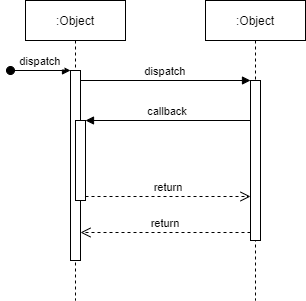
The draw.io diagram miaosha/Spring MVC模型.drawio.png in wsxzei/markdown-photos, before a commit. Source tidied: cells renumbered, new cells last; positions are measured from the earlier drawing's top-left corner, leaving out a move shared by most shapes.
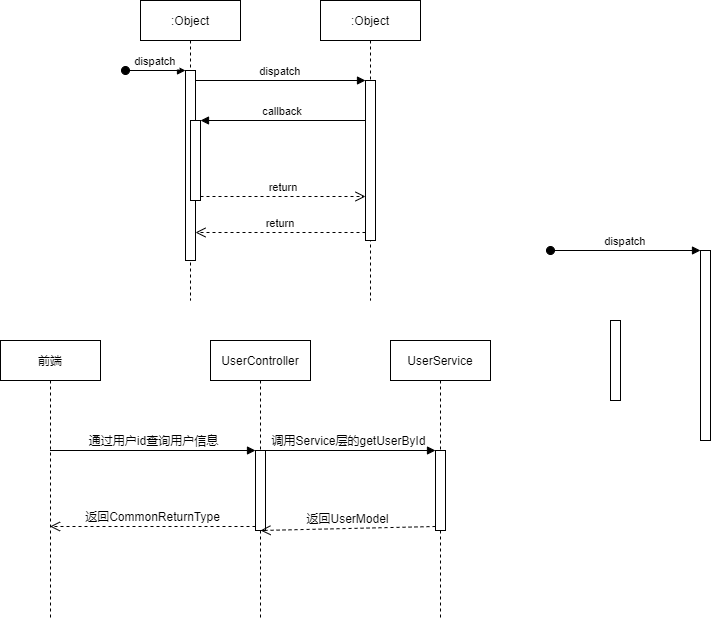
After the commit.

Change to the diagram source:
```diff
@@ -19,9 +19,6 @@
     <mxCell id="6" value=":Object" style="shape=umlLifeline;perimeter=lifelinePerimeter;rounded=0;shadow=0;strokeWidth=1;" parent="1" vertex="1">
       <mxGeometry x="195" width="100" height="300" as="geometry" />
     </mxCell>
-    <mxCell id="7" style="points=[];perimeter=orthogonalPerimeter;rounded=0;shadow=0;strokeWidth=1;" parent="6" vertex="1">
-      <mxGeometry x="45" y="80" width="10" height="160" as="geometry" />
-    </mxCell>
     <mxCell id="8" value="return" style="verticalAlign=bottom;endArrow=open;dashed=1;endSize=8;exitX=0;exitY=0.95;shadow=0;strokeWidth=1;" parent="1" edge="1" source="7" target="3">
       <mxGeometry relative="1" as="geometry" />
     </mxCell>
@@ -34,5 +31,51 @@
     <mxCell id="11" value="return" style="verticalAlign=bottom;endArrow=open;dashed=1;endSize=8;exitX=1;exitY=0.95;shadow=0;strokeWidth=1;" parent="1" edge="1" source="5" target="7">
       <mxGeometry relative="1" as="geometry" />
     </mxCell>
+    <mxCell id="7" style="points=[];perimeter=orthogonalPerimeter;rounded=0;shadow=0;strokeWidth=1;" parent="1" vertex="1">
+      <mxGeometry x="240" y="80" width="10" height="160" as="geometry" />
+    </mxCell>
+    <mxCell id="12" value="前端" style="shape=umlLifeline;perimeter=lifelinePerimeter;rounded=0;shadow=0;strokeWidth=1;" parent="1" vertex="1">
+      <mxGeometry x="-125" y="340" width="100" height="280" as="geometry" />
+    </mxCell>
+    <mxCell id="13" style="points=[];perimeter=orthogonalPerimeter;rounded=0;shadow=0;strokeWidth=1;" parent="1" vertex="1">
+      <mxGeometry x="575" y="250" width="10" height="190" as="geometry" />
+    </mxCell>
+    <mxCell id="14" value="dispatch" style="verticalAlign=bottom;startArrow=oval;endArrow=block;startSize=8;shadow=0;strokeWidth=1;" parent="1" edge="1" target="13">
+      <mxGeometry relative="1" as="geometry">
+        <mxPoint x="425" y="250" as="sourcePoint" />
+      </mxGeometry>
+    </mxCell>
+    <mxCell id="15" style="perimeter=orthogonalPerimeter;rounded=0;shadow=0;strokeWidth=1;" parent="1" vertex="1">
+      <mxGeometry x="485" y="320" width="10" height="80" as="geometry" />
+    </mxCell>
+    <mxCell id="16" value="通过用户id查询用户信息" style="html=1;verticalAlign=bottom;endArrow=block;entryX=0;entryY=0;rounded=0;" parent="1" edge="1" source="12" target="21">
+      <mxGeometry relative="1" as="geometry" />
+    </mxCell>
+    <mxCell id="17" value="返回CommonReturnType" style="html=1;verticalAlign=bottom;endArrow=open;dashed=1;endSize=8;exitX=0;exitY=0.95;rounded=0;" parent="1" edge="1" source="21" target="12">
+      <mxGeometry relative="1" as="geometry" />
+    </mxCell>
+    <mxCell id="18" value="UserService" style="shape=umlLifeline;perimeter=lifelinePerimeter;rounded=0;shadow=0;strokeWidth=1;" parent="1" vertex="1">
+      <mxGeometry x="265" y="340" width="100" height="280" as="geometry" />
+    </mxCell>
+    <mxCell id="19" style="group;" parent="1" vertex="1">
+      <mxGeometry x="85" y="340" width="100" height="280" as="geometry" />
+    </mxCell>
+    <mxCell id="20" value="UserController" style="shape=umlLifeline;perimeter=lifelinePerimeter;rounded=0;shadow=0;strokeWidth=1;" parent="19" vertex="1">
+      <mxGeometry width="100" height="280" as="geometry" />
+    </mxCell>
+    <mxCell id="21" style="html=1;points=[];perimeter=orthogonalPerimeter;" parent="19" vertex="1">
+      <mxGeometry x="45" y="110" width="10" height="80" as="geometry" />
+    </mxCell>
+    <mxCell id="22" style="html=1;points=[];perimeter=orthogonalPerimeter;" parent="1" vertex="1">
+      <mxGeometry x="310" y="450" width="10" height="80" as="geometry" />
+    </mxCell>
+    <mxCell id="23" value="调用Service层的getUserById" style="html=1;verticalAlign=bottom;endArrow=block;entryX=0;entryY=0;rounded=0;exitX=0.532;exitY=0.386;exitDx=0;exitDy=0;exitPerimeter=0;" parent="1" edge="1" source="20" target="22">
+      <mxGeometry relative="1" as="geometry" />
+    </mxCell>
+    <mxCell id="24" value="返回UserModel" style="html=1;verticalAlign=bottom;endArrow=open;dashed=1;endSize=8;exitX=0;exitY=0.95;rounded=0;" parent="1" edge="1" source="22">
+      <mxGeometry relative="1" as="geometry">
+        <mxPoint x="135" y="530" as="targetPoint" />
+      </mxGeometry>
+    </mxCell>
   </root>
 </mxGraphModel>
```
